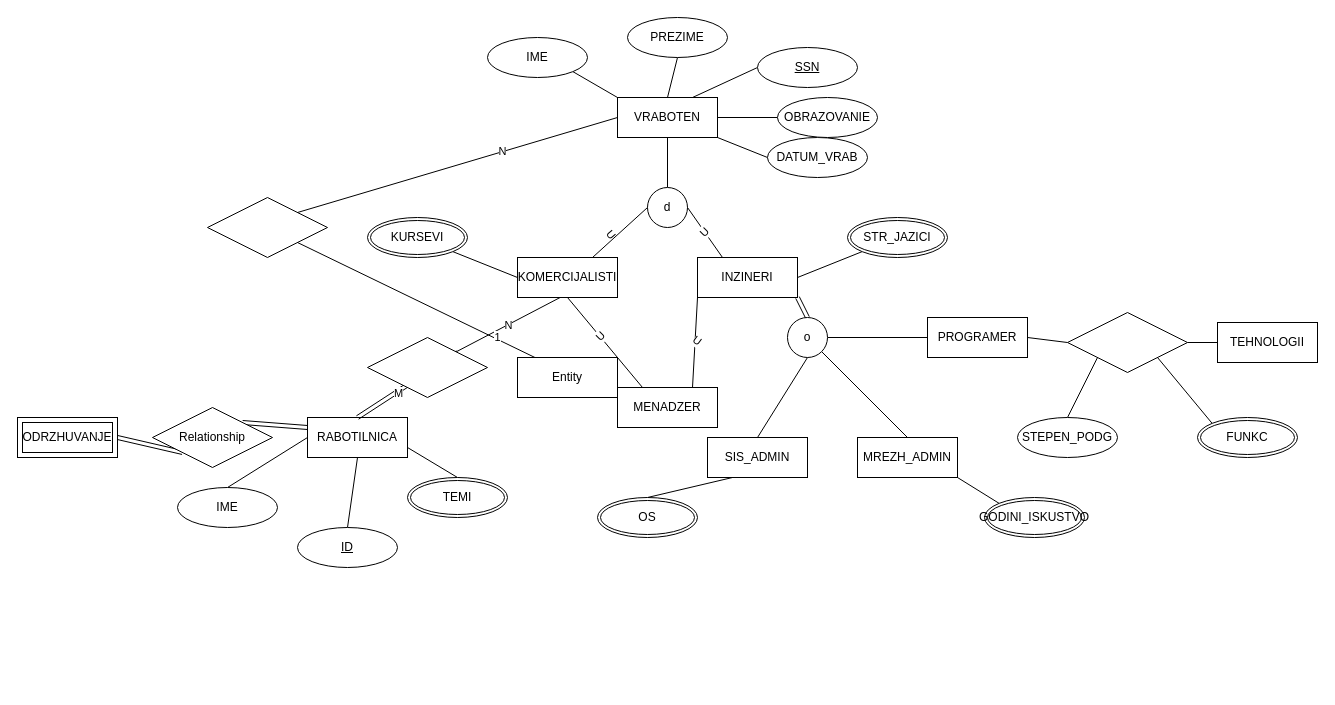
Earlier version of the draw.io diagram aud2.drawio (loramarku9/BAZInaPODATOCI). Source tidied: cells renumbered, new cells numbered last; positions are measured from the earlier drawing's top-left corner, leaving out a move shared by most shapes. Both pictures are drawn from the tidied source at 100%, with x=0, y=0 at pixel (17, 17).
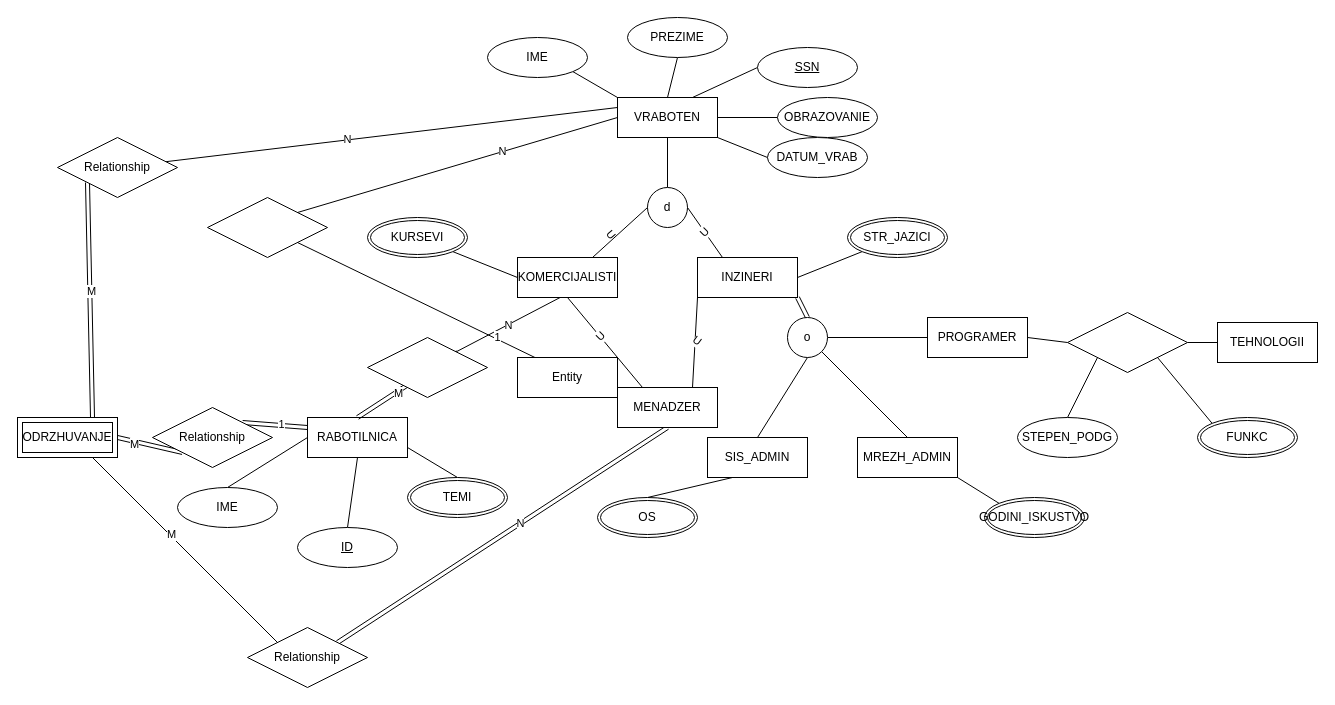
Above is the later version.

Unchanged cells that the change refers to:
```xml
<mxCell id="4" value="VRABOTEN" style="whiteSpace=wrap;html=1;align=center;" parent="1" vertex="1">
  <mxGeometry x="600" y="80" width="100" height="40" as="geometry" />
</mxCell>
<mxCell id="34" value="MENADZER" style="whiteSpace=wrap;html=1;align=center;" parent="1" vertex="1">
  <mxGeometry x="600" y="370" width="100" height="40" as="geometry" />
</mxCell>
<mxCell id="60" style="edgeStyle=none;shape=link;rounded=0;jettySize=auto;html=1;exitX=0;exitY=0.25;exitDx=0;exitDy=0;entryX=1;entryY=0;entryDx=0;entryDy=0;strokeColor=default;align=center;verticalAlign=middle;fontFamily=Helvetica;fontSize=11;fontColor=default;labelBackgroundColor=default;defaultLabelBackgroundColor=page;endArrow=none;endFill=0;" parent="1" edge="1" source="61" target="71">
  <mxGeometry relative="1" as="geometry" />
</mxCell>
<mxCell id="69" style="edgeStyle=none;shape=link;rounded=0;jettySize=auto;html=1;exitX=1;exitY=0.5;exitDx=0;exitDy=0;entryX=0;entryY=1;entryDx=0;entryDy=0;strokeColor=default;align=center;verticalAlign=middle;fontFamily=Helvetica;fontSize=11;fontColor=default;labelBackgroundColor=default;defaultLabelBackgroundColor=page;endArrow=none;endFill=0;" parent="1" edge="1" source="70" target="71">
  <mxGeometry relative="1" as="geometry" />
</mxCell>
<mxCell id="70" value="ODRZHUVANJE" style="shape=ext;margin=3;double=1;whiteSpace=wrap;html=1;align=center;" parent="1" vertex="1">
  <mxGeometry y="400" width="100" height="40" as="geometry" />
</mxCell>
```

The edit, as a diff of the source:
```diff
@@
+    <mxCell id="72" style="edgeStyle=none;shape=connector;rounded=0;jettySize=auto;html=1;exitX=0;exitY=0.75;exitDx=0;exitDy=0;strokeColor=default;align=center;verticalAlign=middle;fontFamily=Helvetica;fontSize=11;fontColor=default;labelBackgroundColor=default;defaultLabelBackgroundColor=page;endArrow=none;endFill=0;" parent="1" edge="1" source="4" target="83">
+      <mxGeometry relative="1" as="geometry">
+        <Array as="points">
+          <mxPoint x="600" y="90" />
+        </Array>
+      </mxGeometry>
+    </mxCell>
+    <mxCell id="73" value="N" style="edgeLabel;html=1;align=center;verticalAlign=middle;inheritText=1;defaultLabelBackgroundColor=page;" parent="72" vertex="1">
+      <mxGeometry x="0.23" y="-1" relative="1" as="geometry" />
+    </mxCell>
@@
+    <mxCell id="74" style="edgeStyle=none;shape=link;rounded=0;jettySize=auto;html=1;exitX=0.5;exitY=1;exitDx=0;exitDy=0;entryX=1;entryY=0;entryDx=0;entryDy=0;strokeColor=default;align=center;verticalAlign=middle;fontFamily=Helvetica;fontSize=11;fontColor=default;labelBackgroundColor=default;defaultLabelBackgroundColor=page;endArrow=none;endFill=0;" parent="1" edge="1" source="34" target="80">
+      <mxGeometry relative="1" as="geometry" />
+    </mxCell>
+    <mxCell id="75" value="N" style="edgeLabel;html=1;align=center;verticalAlign=middle;inheritText=1;defaultLabelBackgroundColor=page;" parent="74" vertex="1">
+      <mxGeometry x="-0.11" y="-1" relative="1" as="geometry">
+        <mxPoint y="1" as="offset" />
+      </mxGeometry>
+    </mxCell>
@@
+    <mxCell id="76" value="1" style="edgeLabel;html=1;align=center;verticalAlign=middle;inheritText=1;defaultLabelBackgroundColor=page;" parent="60" vertex="1">
+      <mxGeometry x="-0.16" y="-1" relative="1" as="geometry" />
+    </mxCell>
@@
+    <mxCell id="77" value="M" style="edgeLabel;html=1;align=center;verticalAlign=middle;inheritText=1;defaultLabelBackgroundColor=page;" parent="69" vertex="1">
+      <mxGeometry x="-0.46" y="-3" relative="1" as="geometry" />
+    </mxCell>
@@
+    <mxCell id="78" style="edgeStyle=none;shape=connector;rounded=0;jettySize=auto;html=1;exitX=0;exitY=0;exitDx=0;exitDy=0;entryX=0.75;entryY=1;entryDx=0;entryDy=0;strokeColor=default;align=center;verticalAlign=middle;fontFamily=Helvetica;fontSize=11;fontColor=default;labelBackgroundColor=default;defaultLabelBackgroundColor=page;endArrow=none;endFill=0;" parent="1" edge="1" source="80" target="70">
+      <mxGeometry relative="1" as="geometry" />
+    </mxCell>
+    <mxCell id="79" value="M" style="edgeLabel;html=1;align=center;verticalAlign=middle;inheritText=1;defaultLabelBackgroundColor=page;" parent="78" vertex="1">
+      <mxGeometry x="0.16" y="-2" relative="1" as="geometry" />
+    </mxCell>
+    <mxCell id="80" value="Relationship" style="shape=rhombus;perimeter=rhombusPerimeter;whiteSpace=wrap;html=1;align=center;" parent="1" vertex="1">
+      <mxGeometry x="230" y="610" width="120" height="60" as="geometry" />
+    </mxCell>
+    <mxCell id="81" style="edgeStyle=none;shape=link;rounded=0;jettySize=auto;html=1;exitX=0;exitY=1;exitDx=0;exitDy=0;entryX=0.75;entryY=0;entryDx=0;entryDy=0;strokeColor=default;align=center;verticalAlign=middle;fontFamily=Helvetica;fontSize=11;fontColor=default;labelBackgroundColor=default;defaultLabelBackgroundColor=page;endArrow=none;endFill=0;" parent="1" edge="1" source="83" target="70">
+      <mxGeometry relative="1" as="geometry" />
+    </mxCell>
+    <mxCell id="82" value="M" style="edgeLabel;html=1;align=center;verticalAlign=middle;inheritText=1;defaultLabelBackgroundColor=page;" parent="81" vertex="1">
+      <mxGeometry x="-0.07" y="1" relative="1" as="geometry" />
+    </mxCell>
+    <mxCell id="83" value="Relationship" style="shape=rhombus;perimeter=rhombusPerimeter;whiteSpace=wrap;html=1;align=center;" parent="1" vertex="1">
+      <mxGeometry x="40" y="120" width="120" height="60" as="geometry" />
+    </mxCell>
```
